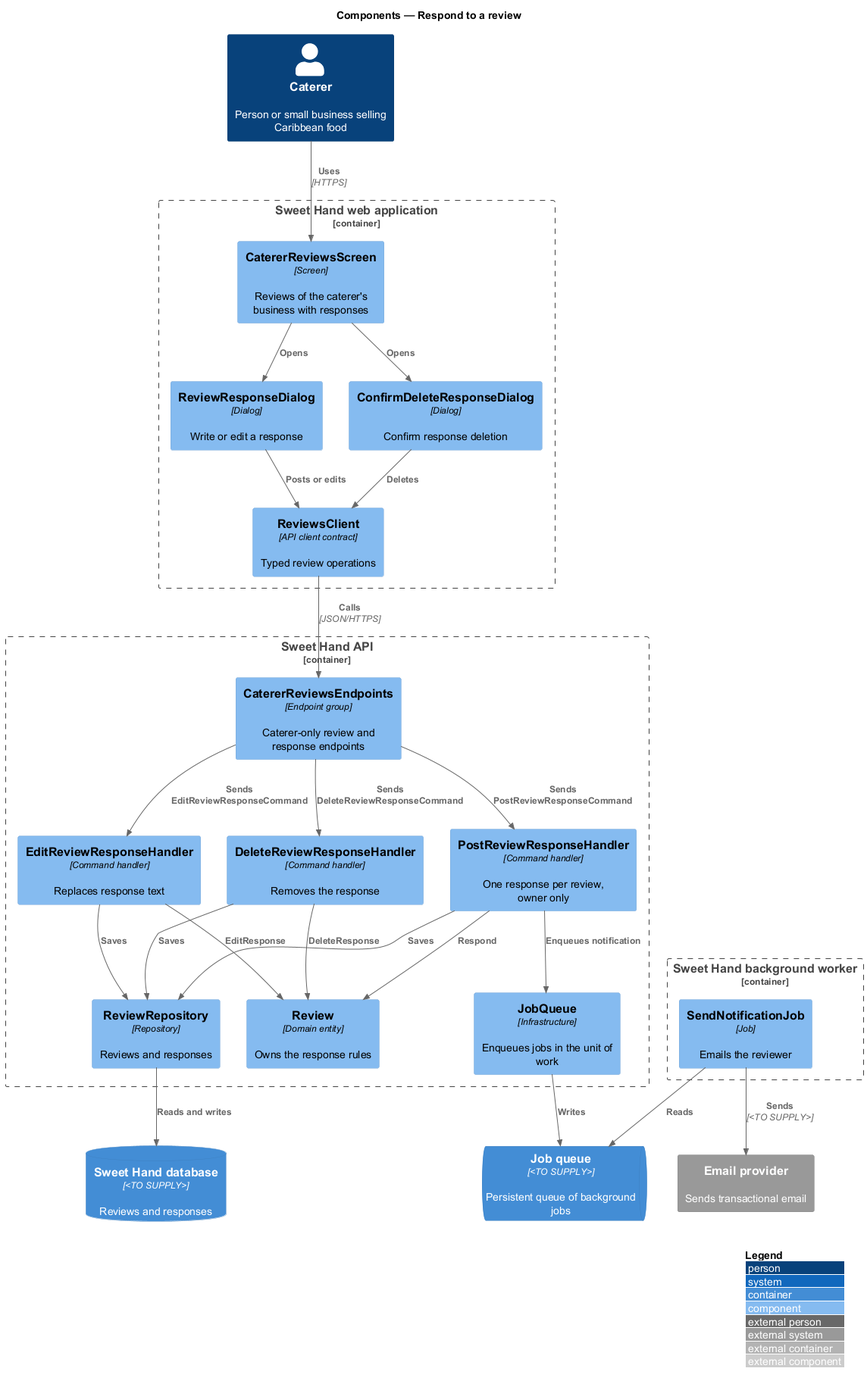
QuinntyneBrown/sweet-hand keeps this PlantUML diagram as docs/detailed-designs/reviews/respond-to-review/diagrams/c4-component.png. Above is the earlier version.
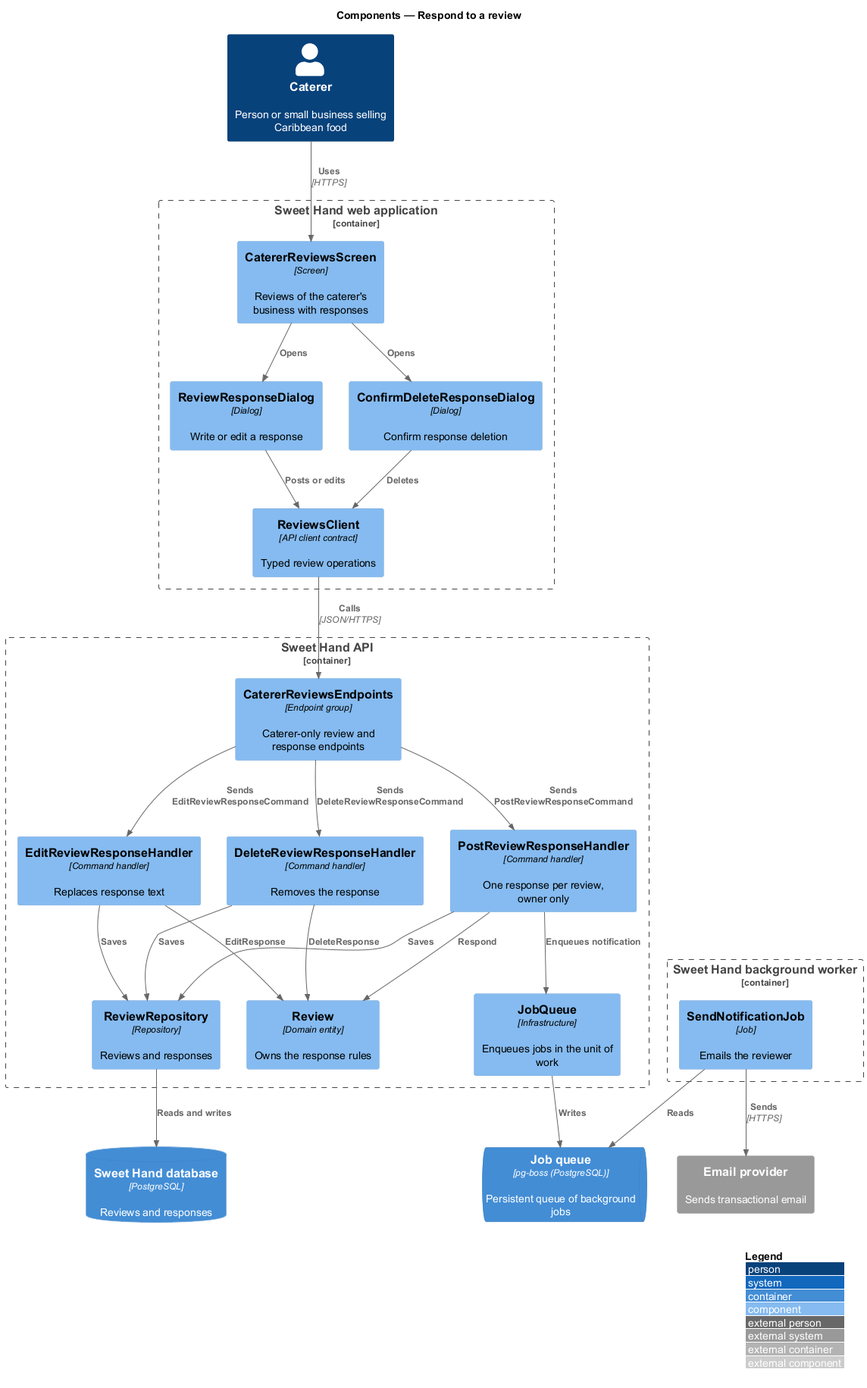
After the change.

Change to the diagram source:
```diff
@@ -21,8 +21,8 @@
   Component(revRepo, "ReviewRepository", "Repository", "Reviews and responses")
   Component(jobQueue, "JobQueue", "Infrastructure", "Enqueues jobs in the unit of work")
 }
-ContainerDb(db, "Sweet Hand database", "<TO SUPPLY>", "Reviews and responses")
-ContainerQueue(queue, "Job queue", "<TO SUPPLY>", "Persistent queue of background jobs")
+ContainerDb(db, "Sweet Hand database", "PostgreSQL", "Reviews and responses")
+ContainerQueue(queue, "Job queue", "pg-boss (PostgreSQL)", "Persistent queue of background jobs")
 Container_Boundary(worker, "Sweet Hand background worker") {
   Component(job, "SendNotificationJob", "Job", "Emails the reviewer")
 }
@@ -47,5 +47,5 @@
 Rel(revRepo, db, "Reads and writes")
 Rel(jobQueue, queue, "Writes")
 Rel(job, queue, "Reads")
-Rel(job, email, "Sends", "<TO SUPPLY>")
+Rel(job, email, "Sends", "HTTPS")
 @enduml
```
